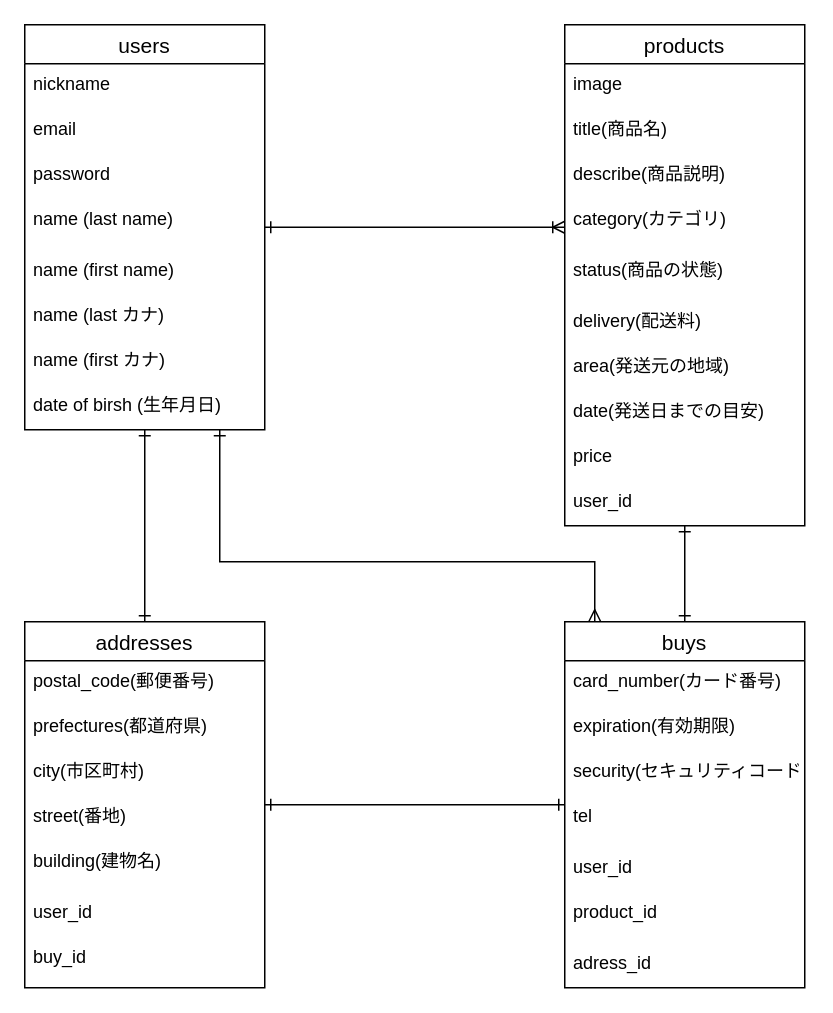
Earlier version of the draw.io diagram furima.dio (su-uu/furima-34975). Source tidied: cells renumbered, new cells numbered last; positions are measured from the earlier drawing's top-left corner, leaving out a move shared by most shapes. Both pictures are drawn from the tidied source at 150%, with x=0, y=0 at pixel (24, 24).
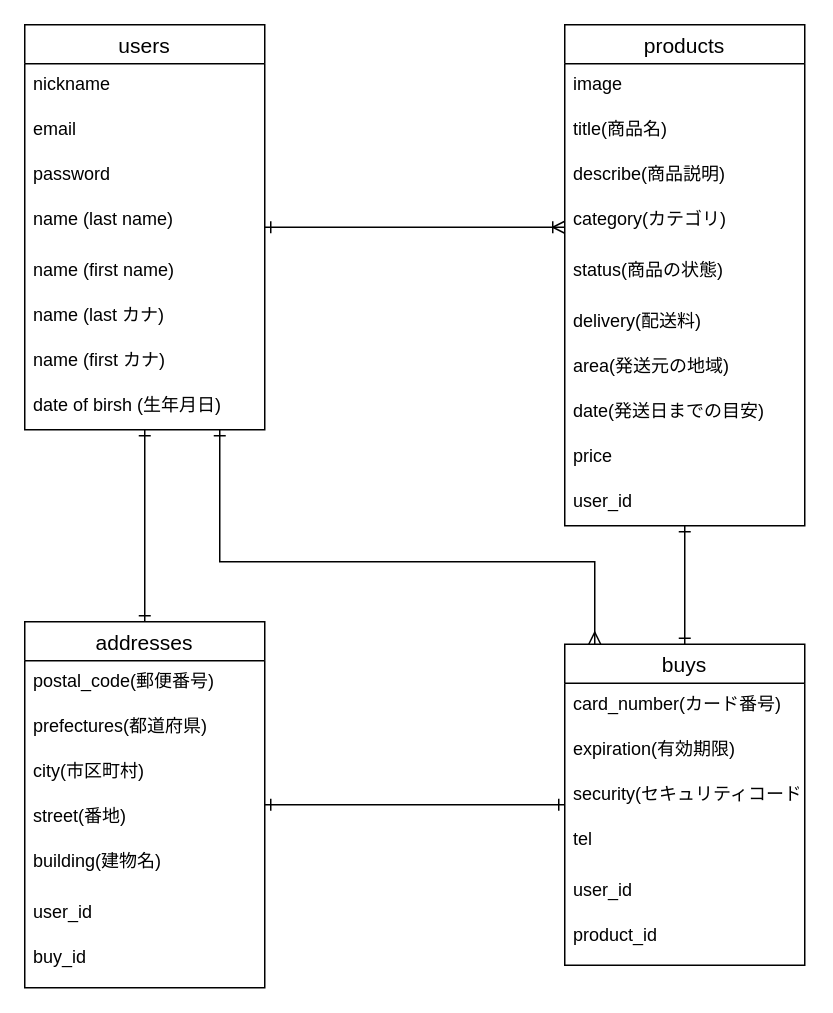
Above is the later version.

Change to the diagram source:
```diff
@@
     <mxCell id="25" value="buys" style="swimlane;fontStyle=0;horizontal=1;startSize=26;align=center;fontSize=14;" parent="1" vertex="1">
-      <mxGeometry x="360" y="398" width="160" height="244" as="geometry" />
+      <mxGeometry x="360" y="413" width="160" height="214" as="geometry" />
     </mxCell>
@@
-    <mxCell id="32" value="adress_id" style="text;strokeColor=none;fillColor=none;spacingLeft=4;spacingRight=4;overflow=hidden;fontSize=12;" parent="25" vertex="1">
-      <mxGeometry y="214" width="160" height="30" as="geometry" />
-    </mxCell>
```
